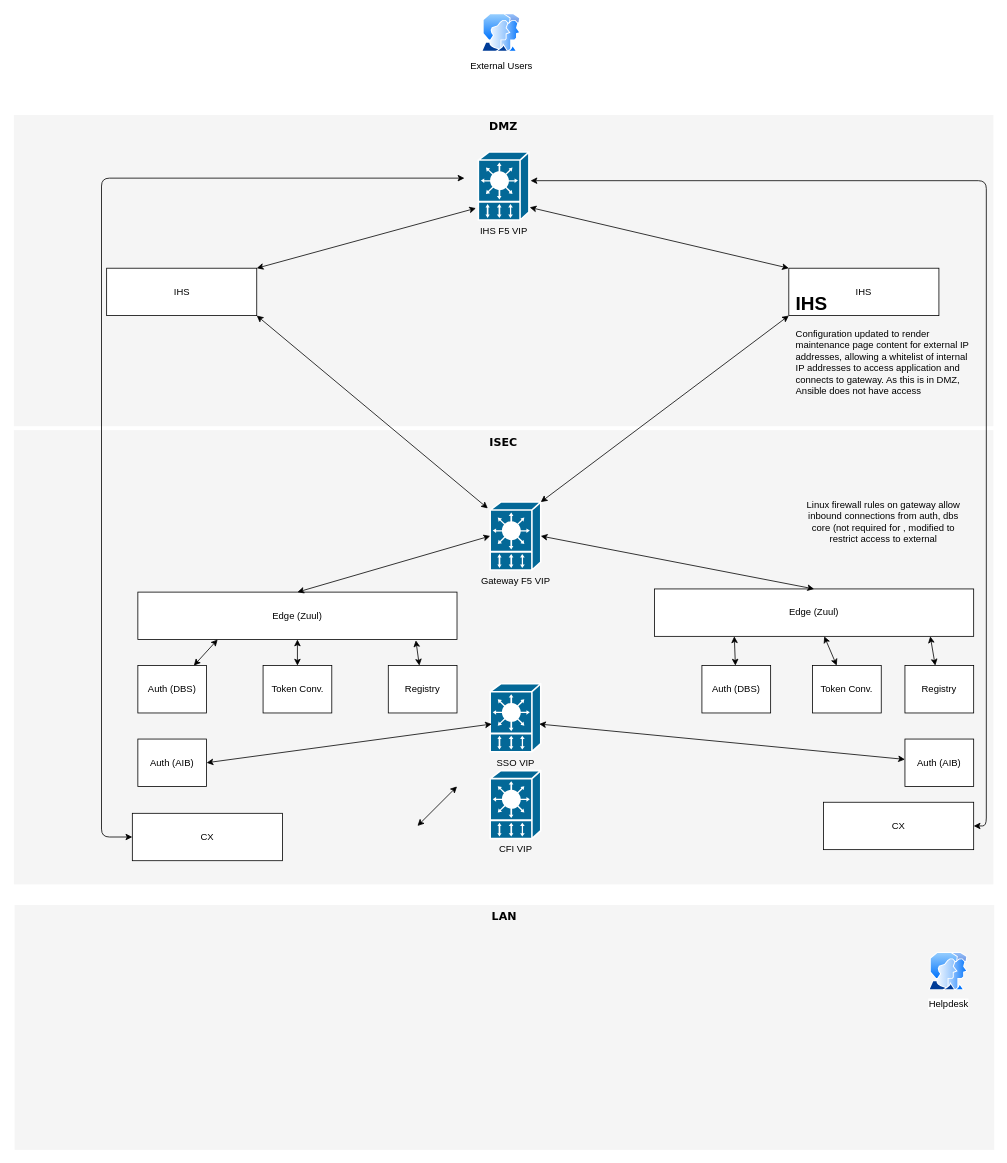
The draw.io diagram src/main/resources/topology.drawio in hughrossdublin/cardsproxy, before the edit. Source tidied: cells renumbered, new cells numbered last; positions are measured from the earlier drawing's top-left corner, leaving out a move shared by most shapes. Both pictures are drawn from the tidied source at 79%, with x=0, y=0 at pixel (13, 13).
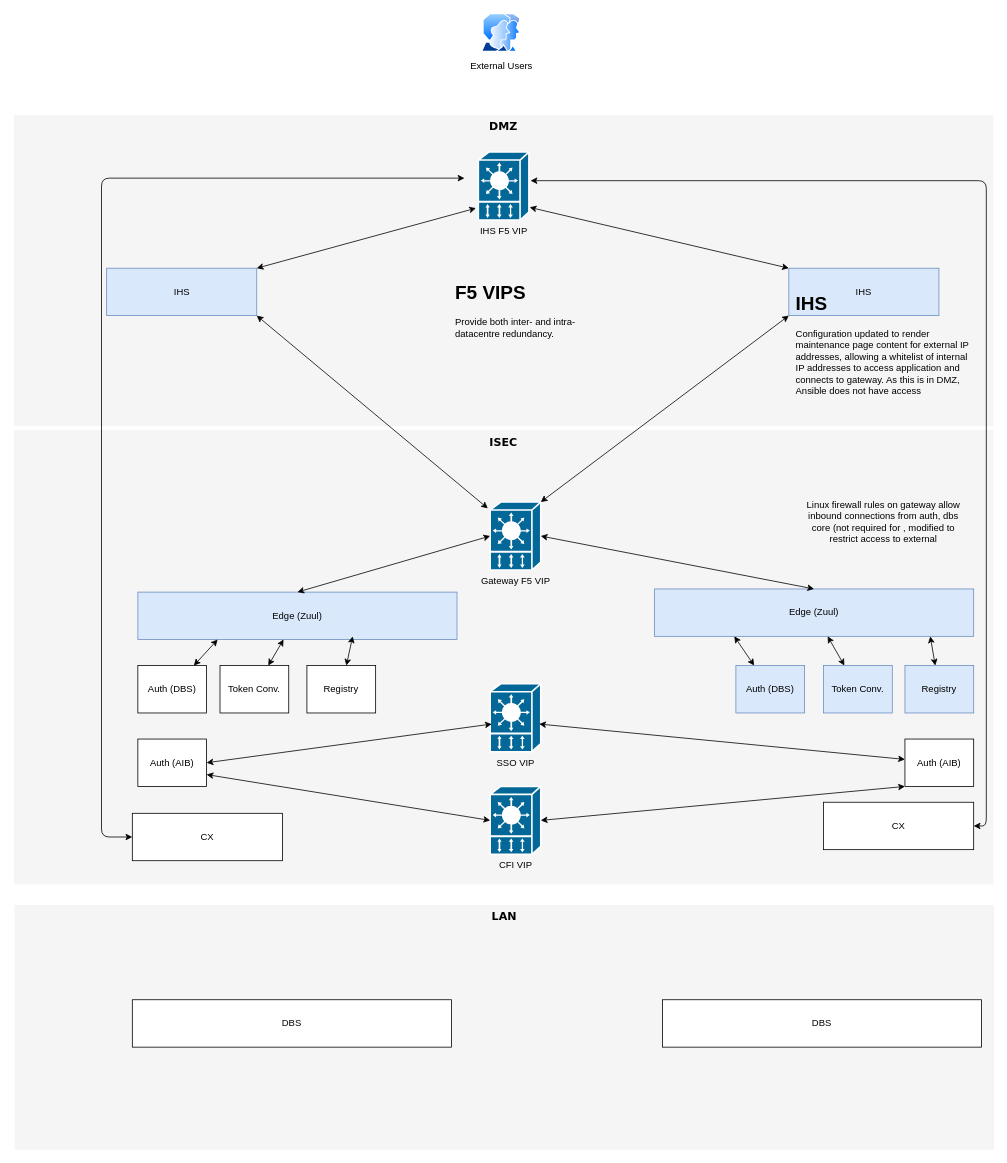
The same diagram, later.

Unchanged cells that the change refers to:
```xml
<mxCell id="36" value="Auth (AIB)" style="rounded=0;whiteSpace=wrap;html=1;" parent="1" vertex="1">
  <mxGeometry x="1128" y="918" width="87" height="60" as="geometry" />
</mxCell>
<mxCell id="37" value="Auth (AIB)" style="rounded=0;whiteSpace=wrap;html=1;" parent="1" vertex="1">
  <mxGeometry x="157" y="918" width="87" height="60" as="geometry" />
</mxCell>
```

The edit, as a diff of the source:
```diff
@@
-    <mxCell id="6" value="IHS" style="rounded=0;whiteSpace=wrap;html=1;" parent="1" vertex="1">
+    <mxCell id="6" value="IHS" style="rounded=0;whiteSpace=wrap;html=1;fillColor=#dae8fc;strokeColor=#6c8ebf;" parent="1" vertex="1">
       <mxGeometry x="117.5" y="322" width="190" height="60" as="geometry" />
     </mxCell>
-    <mxCell id="7" value="IHS" style="rounded=0;whiteSpace=wrap;html=1;" parent="1" vertex="1">
+    <mxCell id="7" value="IHS" style="rounded=0;whiteSpace=wrap;html=1;strokeColor=#6c8ebf;fillColor=#dae8fc;" parent="1" vertex="1">
       <mxGeometry x="981" y="322" width="190" height="60" as="geometry" />
     </mxCell>
@@
-    <mxCell id="9" value="Edge (Zuul)" style="rounded=0;whiteSpace=wrap;html=1;" parent="1" vertex="1">
+    <mxCell id="9" value="Edge (Zuul)" style="rounded=0;whiteSpace=wrap;html=1;strokeColor=#6c8ebf;fillColor=#dae8fc;" parent="1" vertex="1">
       <mxGeometry x="157" y="732" width="404" height="60" as="geometry" />
     </mxCell>
-    <mxCell id="10" value="Edge (Zuul)" style="rounded=0;whiteSpace=wrap;html=1;" parent="1" vertex="1">
+    <mxCell id="10" value="Edge (Zuul)" style="rounded=0;whiteSpace=wrap;html=1;strokeColor=#6c8ebf;fillColor=#dae8fc;" parent="1" vertex="1">
       <mxGeometry x="811" y="728" width="404" height="60" as="geometry" />
     </mxCell>
@@
-    <mxCell id="15" value="Auth (DBS)" style="rounded=0;whiteSpace=wrap;html=1;" parent="1" vertex="1">
-      <mxGeometry x="871" y="825" width="87" height="60" as="geometry" />
+    <mxCell id="15" value="Auth (DBS)" style="rounded=0;whiteSpace=wrap;html=1;strokeColor=#6c8ebf;fillColor=#dae8fc;" parent="1" vertex="1">
+      <mxGeometry x="914" y="825" width="87" height="60" as="geometry" />
     </mxCell>
-    <mxCell id="16" value="Helpdesk" style="perimeter=ellipsePerimeter;html=1;align=center;shadow=0;dashed=0;spacingTop=3;image;image=img/lib/active_directory/user_accounts.svg;" parent="1" vertex="1">
-      <mxGeometry x="1158" y="1188" width="50" height="48.5" as="geometry" />
-    </mxCell>
@@
     <mxCell id="25" value="Token Conv." style="rounded=0;whiteSpace=wrap;html=1;" parent="1" vertex="1">
-      <mxGeometry x="315.5" y="825" width="87" height="60" as="geometry" />
+      <mxGeometry x="261" y="825" width="87" height="60" as="geometry" />
     </mxCell>
-    <mxCell id="26" value="Token Conv." style="rounded=0;whiteSpace=wrap;html=1;direction=south;" parent="1" vertex="1">
-      <mxGeometry x="1011" y="825" width="87" height="60" as="geometry" />
+    <mxCell id="26" value="Token Conv." style="rounded=0;whiteSpace=wrap;html=1;direction=south;strokeColor=#6c8ebf;fillColor=#dae8fc;" parent="1" vertex="1">
+      <mxGeometry x="1025" y="825" width="87" height="60" as="geometry" />
     </mxCell>
     <mxCell id="27" value="Registry" style="rounded=0;whiteSpace=wrap;html=1;" parent="1" vertex="1">
-      <mxGeometry x="474" y="825" width="87" height="60" as="geometry" />
+      <mxGeometry x="371" y="825" width="87" height="60" as="geometry" />
     </mxCell>
-    <mxCell id="28" value="Registry" style="rounded=0;whiteSpace=wrap;html=1;" parent="1" vertex="1">
+    <mxCell id="28" value="Registry" style="rounded=0;whiteSpace=wrap;html=1;strokeColor=#6c8ebf;fillColor=#dae8fc;" parent="1" vertex="1">
       <mxGeometry x="1128" y="825" width="87" height="60" as="geometry" />
     </mxCell>
@@
-    <mxCell id="30" style="endArrow=classic;startArrow=classic;html=1;entryX=0.871;entryY=1.017;entryDx=0;entryDy=0;entryPerimeter=0;" parent="1" edge="1" source="27" target="9">
+    <mxCell id="30" style="endArrow=classic;startArrow=classic;html=1;entryX=0.673;entryY=0.933;entryDx=0;entryDy=0;entryPerimeter=0;" parent="1" edge="1" source="27" target="9">
       <mxGeometry relative="1" as="geometry" />
     </mxCell>
@@
     <mxCell id="40" value="CFI VIP" style="shape=mxgraph.cisco.misc.vip;html=1;dashed=0;fillColor=#036897;strokeColor=#ffffff;strokeWidth=2;verticalLabelPosition=bottom;verticalAlign=top;" parent="1" vertex="1">
-      <mxGeometry x="603" y="958" width="64" height="86" as="geometry" />
+      <mxGeometry x="603" y="978" width="64" height="86" as="geometry" />
     </mxCell>
@@
-    <mxCell id="43" style="endArrow=classic;startArrow=classic;html=1;" parent="1" edge="1">
-      <mxGeometry relative="1" as="geometry">
-        <mxPoint x="511" y="1028" as="sourcePoint" />
-        <mxPoint x="561" y="978" as="targetPoint" />
-      </mxGeometry>
+    <mxCell id="43" style="endArrow=classic;startArrow=classic;html=1;exitX=1;exitY=0.75;exitDx=0;exitDy=0;entryX=0;entryY=0.5;entryDx=0;entryDy=0;entryPerimeter=0;" parent="1" edge="1" source="37" target="40">
+      <mxGeometry relative="1" as="geometry" />
     </mxCell>
+    <mxCell id="44" value="DBS" style="rounded=0;whiteSpace=wrap;html=1;" parent="1" vertex="1">
+      <mxGeometry x="150" y="1248" width="404" height="60" as="geometry" />
+    </mxCell>
+    <mxCell id="45" value="DBS" style="rounded=0;whiteSpace=wrap;html=1;" parent="1" vertex="1">
+      <mxGeometry x="821" y="1248" width="404" height="60" as="geometry" />
+    </mxCell>
+    <mxCell id="46" style="endArrow=classic;startArrow=classic;html=1;entryX=0;entryY=1;entryDx=0;entryDy=0;exitX=1;exitY=0.5;exitDx=0;exitDy=0;exitPerimeter=0;" parent="1" edge="1" source="40" target="36">
+      <mxGeometry relative="1" as="geometry" />
+    </mxCell>
+    <mxCell id="47" value="&lt;h1&gt;F5 VIPS&lt;/h1&gt;&lt;p&gt;Provide both inter- and intra-datacentre redundancy.&lt;/p&gt;" style="text;html=1;strokeColor=none;fillColor=none;spacing=5;spacingTop=-20;whiteSpace=wrap;overflow=hidden;rounded=0;" parent="1" vertex="1">
+      <mxGeometry x="554" y="333" width="190" height="120" as="geometry" />
+    </mxCell>
```
